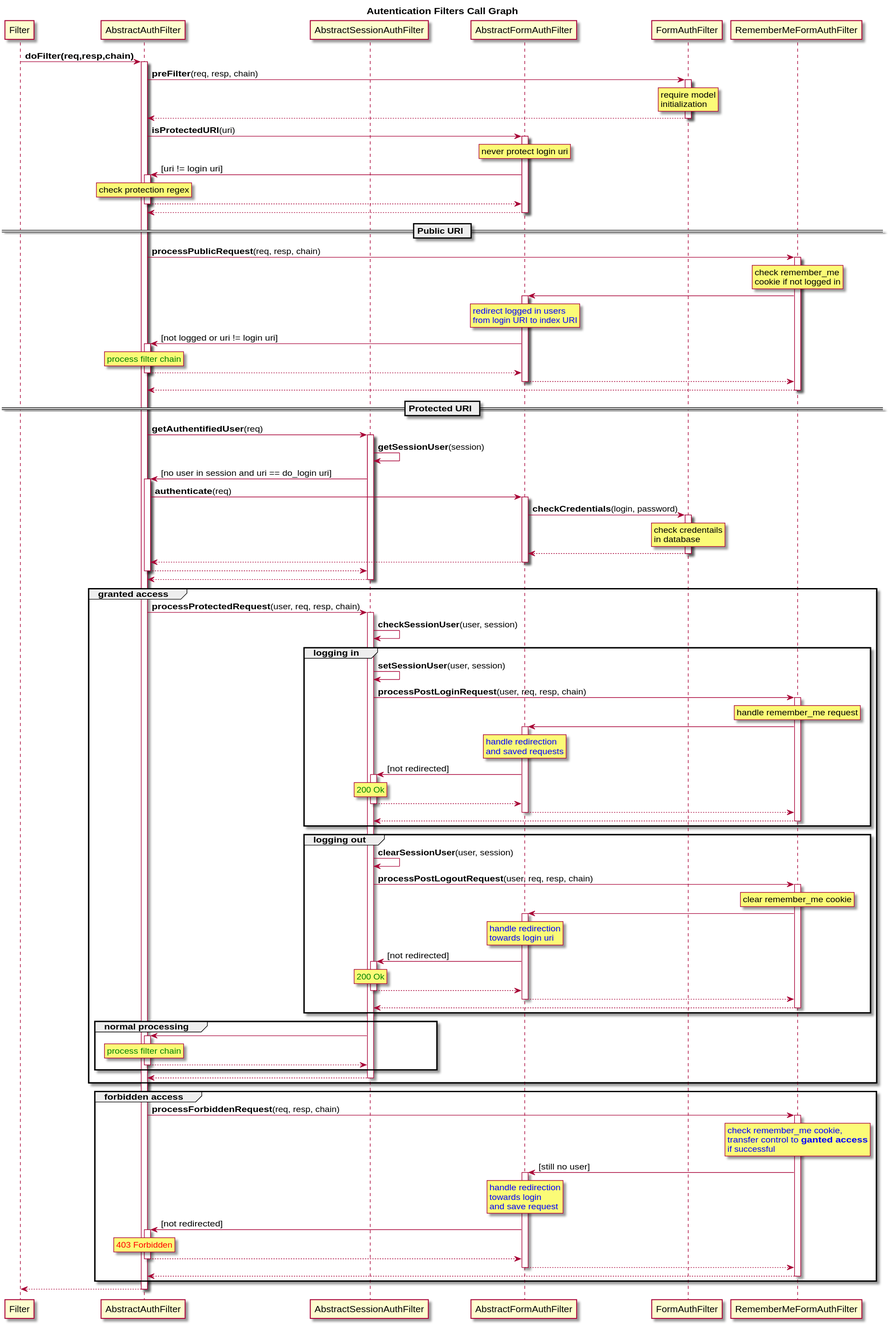
This is src/site/auth_call_graph.svg from arkanovicz/modality, a PlantUML export, as it was before one commit. The source it was exported from:
```plantuml
@startuml
skinparam backgroundColor white
title
	Autentication Filters Call Graph
end title

participant Filter
participant AbstractAuthFilter
participant AbstractSessionAuthFilter
participant AbstractFormAuthFilter
participant FormAuthFilter
participant RememberMeFormAuthFilter

Filter -> AbstractAuthFilter ++ : <b>doFilter(req,resp,chain)</b>

  AbstractAuthFilter -> FormAuthFilter ++ : <b>preFilter</b>(req, resp, chain)
    rnote over FormAuthFilter : require model\ninitialization
  return

  AbstractAuthFilter -> AbstractFormAuthFilter : <b>isProtectedURI</b>(uri)
    activate AbstractFormAuthFilter
    rnote over AbstractFormAuthFilter : never protect login uri
    AbstractAuthFilter <- AbstractFormAuthFilter ++ : [uri != login uri]
      rnote over AbstractAuthFilter : check protection regex
    return
  return

  == Public URI ==

  AbstractAuthFilter -> RememberMeFormAuthFilter ++ : <b>processPublicRequest</b>(req, resp, chain)
    rnote over RememberMeFormAuthFilter : check remember_me\ncookie if not logged in
    RememberMeFormAuthFilter -> AbstractFormAuthFilter ++
      rnote over AbstractFormAuthFilter : <font color="blue">redirect logged in users</font>\n<font color="blue">from login URI to index URI</font>
      AbstractFormAuthFilter -> AbstractAuthFilter ++ : [not logged or uri != login uri]
        rnote over AbstractAuthFilter : <font color="green">process filter chain</font>
      return
    return
  return

== Protected URI ==

  AbstractAuthFilter -> AbstractSessionAuthFilter ++ : <b>getAuthentifiedUser</b>(req)
    AbstractSessionAuthFilter -> AbstractSessionAuthFilter : <b>getSessionUser</b>(session)
    AbstractSessionAuthFilter -> AbstractAuthFilter ++ : [no user in session and uri == do_login uri]
      AbstractAuthFilter -> AbstractFormAuthFilter ++ : <b>authenticate</b>(req)
        AbstractFormAuthFilter -> FormAuthFilter ++ : <b>checkCredentials</b>(login, password)
          rnote over FormAuthFilter : check credentails\nin database
        return
      return
    return
  return

  group granted access
    AbstractAuthFilter -> AbstractSessionAuthFilter ++ : <b>processProtectedRequest</b>(user, req, resp, chain)
      AbstractSessionAuthFilter -> AbstractSessionAuthFilter : <b>checkSessionUser</b>(user, session)
      group logging in
        AbstractSessionAuthFilter -> AbstractSessionAuthFilter : <b>setSessionUser</b>(user, session)
        AbstractSessionAuthFilter -> RememberMeFormAuthFilter ++ : <b>processPostLoginRequest</b>(user, req, resp, chain)
          rnote over RememberMeFormAuthFilter : handle remember_me request
          AbstractFormAuthFilter <- RememberMeFormAuthFilter ++
            rnote over AbstractFormAuthFilter : <font color="blue">handle redirection</font>\n<font color="blue">and saved requests</font>
            AbstractFormAuthFilter -> AbstractSessionAuthFilter ++ : [not redirected]
              rnote over AbstractSessionAuthFilter : <font color="green">200 Ok</font>
            return
          return
        return
      end
      group logging out
        AbstractSessionAuthFilter -> AbstractSessionAuthFilter : <b>clearSessionUser</b>(user, session)
        AbstractSessionAuthFilter -> RememberMeFormAuthFilter ++ : <b>processPostLogoutRequest</b>(user, req, resp, chain)
          rnote over RememberMeFormAuthFilter : clear remember_me cookie
          AbstractFormAuthFilter <- RememberMeFormAuthFilter ++
            rnote over AbstractFormAuthFilter : <font color="blue">handle redirection</font>\n<font color="blue">towards login uri</font>
            AbstractSessionAuthFilter <- AbstractFormAuthFilter ++ : [not redirected]
              rnote over AbstractSessionAuthFilter : <font color="green">200 Ok</font>
            return
          return
        return
      end
      group normal processing
        AbstractAuthFilter <- AbstractSessionAuthFilter ++
          rnote over AbstractAuthFilter : <font color="green">process filter chain</font>
        return
      end
    return
  end

  group forbidden access
    AbstractAuthFilter -> RememberMeFormAuthFilter ++ : <b>processForbiddenRequest</b>(req, resp, chain)
      rnote over RememberMeFormAuthFilter : <font color="blue">check remember_me cookie,</font>\n<font color="blue">transfer control to <b>ganted access</b></font>\n<font color="blue">if successful</font>
      AbstractFormAuthFilter <- RememberMeFormAuthFilter ++ : [still no user]
        rnote over AbstractFormAuthFilter : <font color="blue">handle redirection</font>\n<font color="blue">towards login</font>\n<font color="blue">and save request</font>
        AbstractAuthFilter <- AbstractFormAuthFilter ++ : [not redirected]
          rnote over AbstractAuthFilter : <font color="red">403 Forbidden</font>
        return
      return
    return
  end

return

@enduml
```
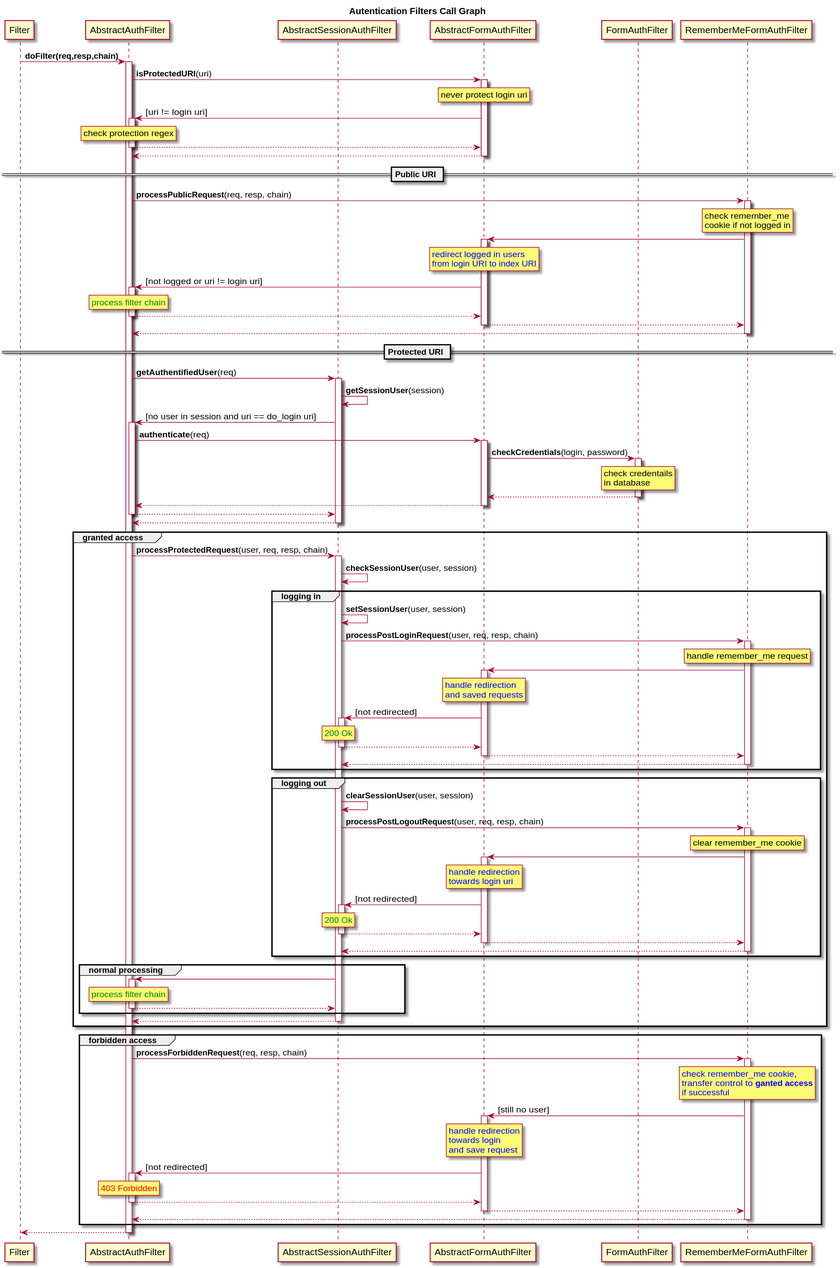
Above is the later version.

Commit message:
Lazy model initialization in ModalityFilter and children

What changed in the source:
```diff
@@ -12,10 +12,6 @@
 participant RememberMeFormAuthFilter
 
 Filter -> AbstractAuthFilter ++ : <b>doFilter(req,resp,chain)</b>
-
-  AbstractAuthFilter -> FormAuthFilter ++ : <b>preFilter</b>(req, resp, chain)
-    rnote over FormAuthFilter : require model\ninitialization
-  return
 
   AbstractAuthFilter -> AbstractFormAuthFilter : <b>isProtectedURI</b>(uri)
     activate AbstractFormAuthFilter
```
